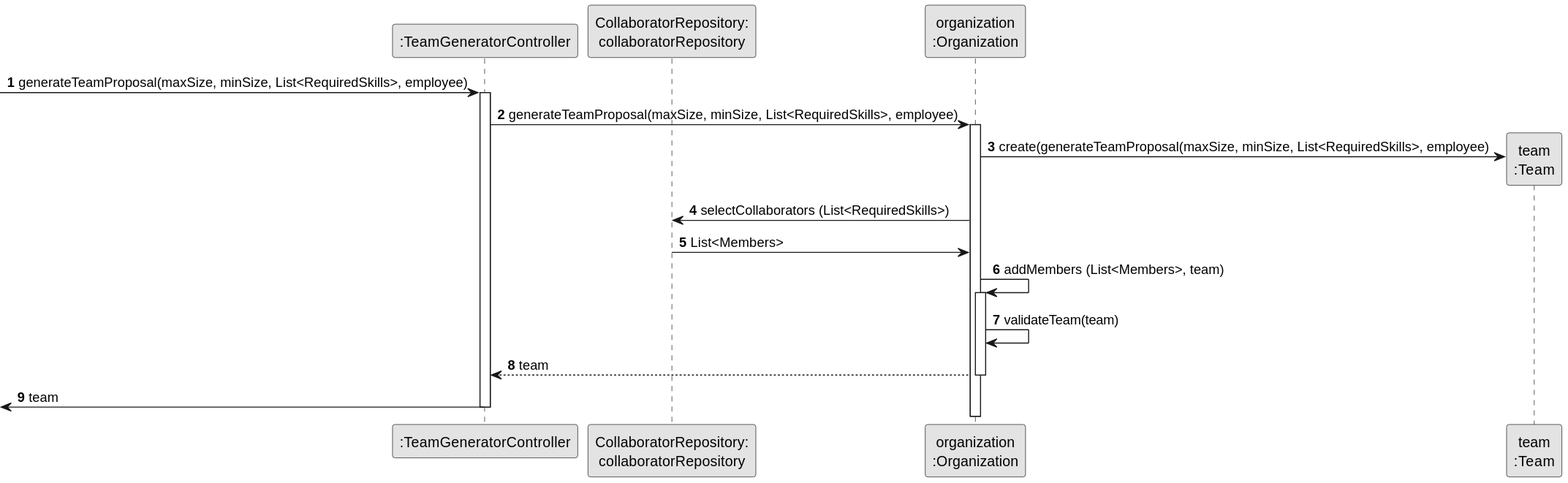
Above: docs/sprint2/us005/03.design/svg/us005-sequence-diagram-partial-generate-team.svg in tiagosoa/lei-24-s2-1dgh-g073 (PlantUML), before the change. Source of this version:
```plantuml
@startuml
skinparam monochrome true
skinparam packageStyle rectangle
skinparam shadowing false

autonumber

participant ":TeamGeneratorController" as CTRL
participant "CollaboratorRepository:\ncollaboratorRepository" as CR
participant "organization\n:Organization" as ORG
participant "team\n:Team" as EQUIPA



            -> CTRL: generateTeamProposal(maxSize, minSize, List<RequiredSkills>, employee)
            activate CTRL
            CTRL -> ORG: generateTeamProposal(maxSize, minSize, List<RequiredSkills>, employee)

            activate ORG

                ORG -> EQUIPA**: create(generateTeamProposal(maxSize, minSize, List<RequiredSkills>, employee)
                ORG -> CR: selectCollaborators (List<RequiredSkills>)

                CR -> ORG: List<Members>

                ORG -> ORG: addMembers (List<Members>, team)


                activate ORG
                    ORG -> ORG: validateTeam(team)


                ORG --> CTRL : team

            deactivate ORG

            <- CTRL: team
            deactivate CTRL
@enduml
```
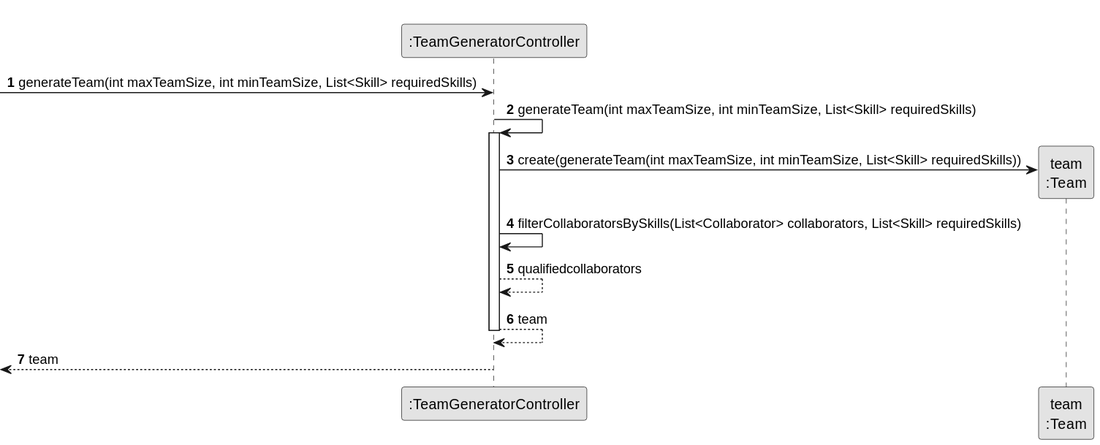
After the change.

Diff of the diagram source:
```diff
@@ -6,34 +6,22 @@
 autonumber
 
 participant ":TeamGeneratorController" as CTRL
-participant "CollaboratorRepository:\ncollaboratorRepository" as CR
-participant "organization\n:Organization" as ORG
 participant "team\n:Team" as EQUIPA
 
 
 
-            -> CTRL: generateTeamProposal(maxSize, minSize, List<RequiredSkills>, employee)
-            activate CTRL
-            CTRL -> ORG: generateTeamProposal(maxSize, minSize, List<RequiredSkills>, employee)
+            -> CTRL: generateTeam(int maxTeamSize, int minTeamSize, List<Skill> requiredSkills)
+                        CTRL -> CTRL: generateTeam(int maxTeamSize, int minTeamSize, List<Skill> requiredSkills)
+                        activate CTRL
 
-            activate ORG
+                            CTRL -> EQUIPA**: create(generateTeam(int maxTeamSize, int minTeamSize, List<Skill> requiredSkills))
+                            CTRL -> CTRL: filterCollaboratorsBySkills(List<Collaborator> collaborators, List<Skill> requiredSkills)
 
-                ORG -> EQUIPA**: create(generateTeamProposal(maxSize, minSize, List<RequiredSkills>, employee)
-                ORG -> CR: selectCollaborators (List<RequiredSkills>)
+                            CTRL --> CTRL: qualifiedcollaborators
 
-                CR -> ORG: List<Members>
+                        CTRL --> CTRL: team
+                        deactivate CTRL
 
-                ORG -> ORG: addMembers (List<Members>, team)
-
-
-                activate ORG
-                    ORG -> ORG: validateTeam(team)
-
-
-                ORG --> CTRL : team
-
-            deactivate ORG
-
-            <- CTRL: team
-            deactivate CTRL
+                                    <-- CTRL: team
+                                    deactivate CTRL
 @enduml
```
